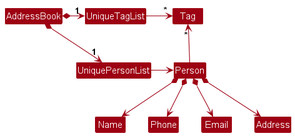
Earlier version of the PlantUML export docs/images/BetterModelClassDiagram.png (nus-cs2103-AY2425S1/tp).
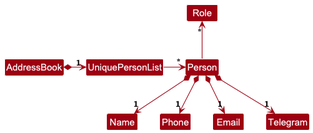
The same file after the commit.

Commit message:
Modify DG UML diagram and explanations

What changed in the source:
```diff
@@ -5,17 +5,14 @@
 skinparam classBackgroundColor MODEL_COLOR
 
 AddressBook *-right-> "1" UniquePersonList
-AddressBook *-right-> "1" UniqueTagList
-UniqueTagList -[hidden]down- UniquePersonList
-UniqueTagList -[hidden]down- UniquePersonList
 
-UniqueTagList -right-> "*" Tag
-UniquePersonList -right-> Person
 
-Person -up-> "*" Tag
+UniquePersonList -right-> "*" Person
 
-Person *--> Name
-Person *--> Phone
-Person *--> Email
-Person *--> Address
+Person -up-> "*" Role
+
+Person *--> "1" Name
+Person *--> "1" Phone
+Person *--> "1" Email
+Person *--> "1" Telegram
 @enduml
```
